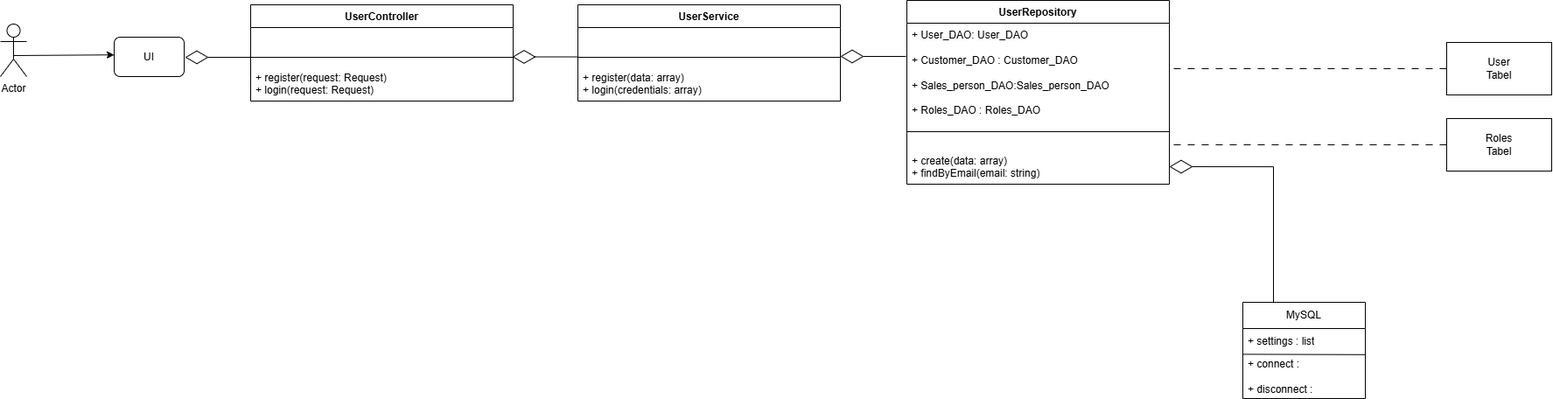
Before: Design_patterns/login&reg_design_patterns.drawio.png, a diagram exported from draw.io (Zaher500/Applications). Source tidied: cells renumbered, new cells last; positions are measured from the earlier drawing's top-left corner, leaving out a move shared by most shapes. The source it was exported from:
```xml
<mxGraphModel>
  <root>
    <mxCell id="0" />
    <mxCell id="1" parent="0" />
    <mxCell id="2" style="edgeStyle=orthogonalEdgeStyle;rounded=0;jettySize=auto;html=1;exitX=0;exitY=0.5;exitDx=0;exitDy=0;endArrow=none;startFill=0;dashed=1;dashPattern=8 8;" parent="1" edge="1" source="3" target="12">
      <mxGeometry relative="1" as="geometry" />
    </mxCell>
    <mxCell id="3" value="User&lt;div&gt;Tabel&lt;/div&gt;" style="rounded=0;whiteSpace=wrap;html=1;" parent="1" vertex="1">
      <mxGeometry x="1653" y="48" width="120" height="60" as="geometry" />
    </mxCell>
    <mxCell id="4" style="edgeStyle=orthogonalEdgeStyle;rounded=0;jettySize=auto;html=1;exitX=0;exitY=0.5;exitDx=0;exitDy=0;endArrow=none;startFill=0;dashed=1;dashPattern=8 8;" parent="1" edge="1" source="5">
      <mxGeometry relative="1" as="geometry">
        <mxPoint x="1340" y="165" as="targetPoint" />
      </mxGeometry>
    </mxCell>
    <mxCell id="5" value="Roles&lt;br&gt;&lt;div&gt;Tabel&lt;/div&gt;" style="rounded=0;whiteSpace=wrap;html=1;" parent="1" vertex="1">
      <mxGeometry x="1653" y="135" width="120" height="60" as="geometry" />
    </mxCell>
    <mxCell id="6" style="edgeStyle=orthogonalEdgeStyle;rounded=0;jettySize=auto;html=1;exitX=0.25;exitY=0;exitDx=0;exitDy=0;entryX=1;entryY=0.5;entryDx=0;entryDy=0;endArrow=diamondThin;endFill=0;endSize=24;" parent="1" edge="1" source="7" target="14">
      <mxGeometry relative="1" as="geometry" />
    </mxCell>
    <mxCell id="7" value="MySQL" style="swimlane;fontStyle=0;horizontal=1;startSize=30;whiteSpace=wrap;html=1;" parent="1" vertex="1">
      <mxGeometry x="1420" y="345" width="140" height="110" as="geometry" />
    </mxCell>
    <mxCell id="8" value="+ settings : list" style="text;strokeColor=none;fillColor=none;align=left;verticalAlign=middle;spacingLeft=4;spacingRight=4;overflow=hidden;points=[[0,0.5],[1,0.5]];portConstraint=eastwest;whiteSpace=wrap;html=1;" parent="7" vertex="1">
      <mxGeometry y="30" width="140" height="30" as="geometry" />
    </mxCell>
    <mxCell id="9" style="endArrow=none;html=1;rounded=0;exitX=0;exitY=0.98;exitDx=0;exitDy=0;exitPerimeter=0;entryX=1.002;entryY=-0.006;entryDx=0;entryDy=0;entryPerimeter=0;" parent="7" edge="1" source="8">
      <mxGeometry relative="1" as="geometry">
        <mxPoint x="140.3" y="59.8" as="targetPoint" />
      </mxGeometry>
    </mxCell>
    <mxCell id="10" value="+ connect :&lt;div&gt;&lt;span style=&quot;background-color: transparent; color: light-dark(rgb(0, 0, 0), rgb(255, 255, 255));&quot;&gt;&amp;nbsp;&lt;/span&gt;&lt;/div&gt;&lt;div&gt;&lt;span style=&quot;background-color: transparent; color: light-dark(rgb(0, 0, 0), rgb(255, 255, 255));&quot;&gt;+ disconnect :&lt;/span&gt;&lt;/div&gt;" style="text;strokeColor=none;fillColor=none;align=left;verticalAlign=middle;spacingLeft=4;spacingRight=4;overflow=hidden;whiteSpace=wrap;html=1;" parent="7" vertex="1">
      <mxGeometry y="60" width="140" height="50" as="geometry" />
    </mxCell>
    <mxCell id="11" value="UserRepository" style="swimlane;fontStyle=1;align=center;verticalAlign=top;horizontal=1;startSize=26;whiteSpace=wrap;html=1;" parent="1" vertex="1">
      <mxGeometry x="1036" width="300" height="210" as="geometry" />
    </mxCell>
    <mxCell id="12" value="+&amp;nbsp;&lt;span style=&quot;text-align: center;&quot;&gt;User_DAO:&amp;nbsp;&lt;/span&gt;&lt;span style=&quot;text-align: center;&quot;&gt;User_DAO&lt;/span&gt;&lt;div&gt;&lt;div style=&quot;text-align: center;&quot;&gt;&lt;br&gt;&lt;/div&gt;&lt;div&gt;&lt;span style=&quot;text-align: center;&quot;&gt;+&amp;nbsp;&lt;/span&gt;&lt;span style=&quot;text-align: center; background-color: transparent; color: light-dark(rgb(0, 0, 0), rgb(255, 255, 255));&quot;&gt;Customer_DAO :&amp;nbsp;&lt;/span&gt;&lt;span style=&quot;text-align: center; background-color: transparent; color: light-dark(rgb(0, 0, 0), rgb(255, 255, 255));&quot;&gt;Customer_DAO&lt;/span&gt;&lt;/div&gt;&lt;/div&gt;&lt;div&gt;&lt;span style=&quot;text-align: center; background-color: transparent; color: light-dark(rgb(0, 0, 0), rgb(255, 255, 255));&quot;&gt;&lt;br&gt;&lt;/span&gt;&lt;/div&gt;&lt;div&gt;&lt;span style=&quot;text-align: center; background-color: transparent; color: light-dark(rgb(0, 0, 0), rgb(255, 255, 255));&quot;&gt;+&amp;nbsp;&lt;/span&gt;&lt;span style=&quot;text-align: center; background-color: transparent; color: light-dark(rgb(0, 0, 0), rgb(255, 255, 255));&quot;&gt;Sales_person_DAO:&lt;/span&gt;&lt;span style=&quot;text-align: center; background-color: transparent; color: light-dark(rgb(0, 0, 0), rgb(255, 255, 255));&quot;&gt;Sales_person_DAO&lt;/span&gt;&lt;/div&gt;&lt;div&gt;&lt;span style=&quot;text-align: center; background-color: transparent; color: light-dark(rgb(0, 0, 0), rgb(255, 255, 255));&quot;&gt;&lt;br&gt;&lt;/span&gt;&lt;/div&gt;&lt;div&gt;&lt;span style=&quot;text-align: center; background-color: transparent; color: light-dark(rgb(0, 0, 0), rgb(255, 255, 255));&quot;&gt;+ Roles&lt;/span&gt;&lt;span style=&quot;background-color: transparent; color: light-dark(rgb(0, 0, 0), rgb(255, 255, 255)); text-align: center;&quot;&gt;_DAO : Roles&lt;/span&gt;&lt;span style=&quot;background-color: transparent; color: light-dark(rgb(0, 0, 0), rgb(255, 255, 255)); text-align: center;&quot;&gt;_DAO&lt;/span&gt;&lt;/div&gt;" style="text;strokeColor=none;fillColor=none;align=left;verticalAlign=top;spacingLeft=4;spacingRight=4;overflow=hidden;points=[[0,0.5],[1,0.5]];portConstraint=eastwest;whiteSpace=wrap;html=1;" parent="11" vertex="1">
      <mxGeometry y="26" width="300" height="104" as="geometry" />
    </mxCell>
    <mxCell id="13" style="line;strokeWidth=1;fillColor=none;align=left;verticalAlign=middle;spacingTop=-1;spacingLeft=3;spacingRight=3;labelPosition=right;strokeColor=inherit;" parent="11" vertex="1">
      <mxGeometry y="130" width="300" height="40" as="geometry" />
    </mxCell>
    <mxCell id="14" value="+ create(data: array)&lt;div&gt;+ findByEmail(email: string)&lt;/div&gt;" style="text;strokeColor=none;fillColor=none;align=left;verticalAlign=top;spacingLeft=4;spacingRight=4;overflow=hidden;points=[[0,0.5],[1,0.5]];portConstraint=eastwest;whiteSpace=wrap;html=1;" parent="11" vertex="1">
      <mxGeometry y="170" width="300" height="40" as="geometry" />
    </mxCell>
    <mxCell id="15" value="UserService" style="swimlane;fontStyle=1;align=center;verticalAlign=top;horizontal=1;startSize=26;whiteSpace=wrap;html=1;" parent="1" vertex="1">
      <mxGeometry x="660" y="5" width="300" height="110" as="geometry" />
    </mxCell>
    <mxCell id="16" value="&lt;div style=&quot;text-align: center;&quot;&gt;&lt;br&gt;&lt;/div&gt;" style="text;strokeColor=none;fillColor=none;align=left;verticalAlign=top;spacingLeft=4;spacingRight=4;overflow=hidden;whiteSpace=wrap;html=1;" parent="15" vertex="1">
      <mxGeometry y="26" width="300" height="24" as="geometry" />
    </mxCell>
    <mxCell id="17" style="line;strokeWidth=1;fillColor=none;align=left;verticalAlign=middle;spacingTop=-1;spacingLeft=3;spacingRight=3;labelPosition=right;strokeColor=inherit;" parent="15" vertex="1">
      <mxGeometry y="50" width="300" height="20" as="geometry" />
    </mxCell>
    <mxCell id="18" value="&lt;div&gt;&lt;span style=&quot;background-color: transparent; color: light-dark(rgb(0, 0, 0), rgb(255, 255, 255));&quot;&gt;+ register(data: array)&amp;nbsp;&lt;/span&gt;&lt;/div&gt;&lt;div&gt;+ login(credentials: array)&lt;/div&gt;" style="text;strokeColor=none;fillColor=none;align=left;verticalAlign=top;spacingLeft=4;spacingRight=4;overflow=hidden;whiteSpace=wrap;html=1;" parent="15" vertex="1">
      <mxGeometry y="70" width="300" height="40" as="geometry" />
    </mxCell>
    <mxCell id="19" style="endArrow=diamondThin;endFill=0;endSize=24;html=1;rounded=0;" parent="1" edge="1">
      <mxGeometry relative="1" as="geometry">
        <mxPoint x="1035" y="64" as="sourcePoint" />
        <mxPoint x="960" y="64" as="targetPoint" />
      </mxGeometry>
    </mxCell>
    <mxCell id="20" value="UserController" style="swimlane;fontStyle=1;align=center;verticalAlign=top;horizontal=1;startSize=26;whiteSpace=wrap;html=1;" parent="1" vertex="1">
      <mxGeometry x="286" y="5" width="300" height="110" as="geometry" />
    </mxCell>
    <mxCell id="21" value="&lt;div style=&quot;text-align: center;&quot;&gt;&lt;br&gt;&lt;/div&gt;" style="text;strokeColor=none;fillColor=none;align=left;verticalAlign=top;spacingLeft=4;spacingRight=4;overflow=hidden;whiteSpace=wrap;html=1;" parent="20" vertex="1">
      <mxGeometry y="26" width="300" height="24" as="geometry" />
    </mxCell>
    <mxCell id="22" style="line;strokeWidth=1;fillColor=none;align=left;verticalAlign=middle;spacingTop=-1;spacingLeft=3;spacingRight=3;labelPosition=right;strokeColor=inherit;" parent="20" vertex="1">
      <mxGeometry y="50" width="300" height="20" as="geometry" />
    </mxCell>
    <mxCell id="23" value="&lt;div&gt;&lt;div&gt;&lt;span style=&quot;background-color: transparent; color: light-dark(rgb(0, 0, 0), rgb(255, 255, 255));&quot;&gt;+ register(request: Request)&lt;/span&gt;&lt;/div&gt;&lt;/div&gt;&lt;div&gt;+ login(request: Request)&lt;/div&gt;" style="text;strokeColor=none;fillColor=none;align=left;verticalAlign=top;spacingLeft=4;spacingRight=4;overflow=hidden;whiteSpace=wrap;html=1;" parent="20" vertex="1">
      <mxGeometry y="70" width="300" height="40" as="geometry" />
    </mxCell>
    <mxCell id="24" style="endArrow=diamondThin;endFill=0;endSize=24;html=1;rounded=0;" parent="1" edge="1">
      <mxGeometry relative="1" as="geometry">
        <mxPoint x="660" y="64.5" as="sourcePoint" />
        <mxPoint x="585" y="64.5" as="targetPoint" />
      </mxGeometry>
    </mxCell>
    <mxCell id="25" value="UI" style="rounded=1;whiteSpace=wrap;html=1;" parent="1" vertex="1">
      <mxGeometry x="130" y="42" width="80" height="45" as="geometry" />
    </mxCell>
    <mxCell id="26" style="endArrow=diamondThin;endFill=0;endSize=24;html=1;rounded=0;" parent="1" edge="1">
      <mxGeometry relative="1" as="geometry">
        <mxPoint x="286" y="65" as="sourcePoint" />
        <mxPoint x="211" y="65" as="targetPoint" />
      </mxGeometry>
    </mxCell>
    <mxCell id="27" value="Actor" style="shape=umlActor;verticalLabelPosition=bottom;verticalAlign=top;html=1;" parent="1" vertex="1">
      <mxGeometry y="27" width="30" height="60" as="geometry" />
    </mxCell>
    <mxCell id="28" style="endArrow=classic;html=1;rounded=0;exitX=0.5;exitY=0.5;exitDx=0;exitDy=0;exitPerimeter=0;entryX=0.001;entryY=0.316;entryDx=0;entryDy=0;entryPerimeter=0;" parent="1" edge="1">
      <mxGeometry relative="1" as="geometry">
        <mxPoint x="15" y="63" as="sourcePoint" />
        <mxPoint x="130.1" y="62.2" as="targetPoint" />
      </mxGeometry>
    </mxCell>
  </root>
</mxGraphModel>
```
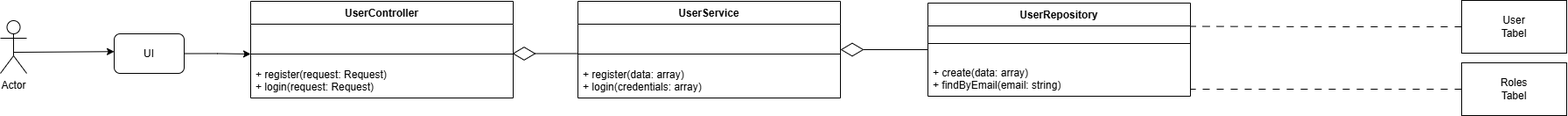
The same file after the commit.

Commit message:
change the login repo

The edit, as a diff of the source:
```diff
@@ -2,48 +2,26 @@
   <root>
     <mxCell id="0" />
     <mxCell id="1" parent="0" />
-    <mxCell id="2" style="edgeStyle=orthogonalEdgeStyle;rounded=0;jettySize=auto;html=1;exitX=0;exitY=0.5;exitDx=0;exitDy=0;endArrow=none;startFill=0;dashed=1;dashPattern=8 8;" parent="1" edge="1" source="3" target="12">
+    <mxCell id="2" style="edgeStyle=orthogonalEdgeStyle;rounded=0;jettySize=auto;html=1;exitX=0;exitY=0.5;exitDx=0;exitDy=0;endArrow=none;startFill=0;dashed=1;dashPattern=8 8;entryX=1;entryY=0.25;entryDx=0;entryDy=0;" parent="1" edge="1" source="3" target="11">
       <mxGeometry relative="1" as="geometry" />
     </mxCell>
     <mxCell id="3" value="User&lt;div&gt;Tabel&lt;/div&gt;" style="rounded=0;whiteSpace=wrap;html=1;" parent="1" vertex="1">
-      <mxGeometry x="1653" y="48" width="120" height="60" as="geometry" />
+      <mxGeometry x="1670" y="4" width="120" height="60" as="geometry" />
     </mxCell>
-    <mxCell id="4" style="edgeStyle=orthogonalEdgeStyle;rounded=0;jettySize=auto;html=1;exitX=0;exitY=0.5;exitDx=0;exitDy=0;endArrow=none;startFill=0;dashed=1;dashPattern=8 8;" parent="1" edge="1" source="5">
-      <mxGeometry relative="1" as="geometry">
-        <mxPoint x="1340" y="165" as="targetPoint" />
-      </mxGeometry>
+    <mxCell id="4" style="edgeStyle=orthogonalEdgeStyle;rounded=0;jettySize=auto;html=1;exitX=0;exitY=0.5;exitDx=0;exitDy=0;endArrow=none;startFill=0;dashed=1;dashPattern=8 8;entryX=1;entryY=0.8;entryDx=0;entryDy=0;entryPerimeter=0;" parent="1" edge="1" source="5" target="14">
+      <mxGeometry relative="1" as="geometry" />
     </mxCell>
     <mxCell id="5" value="Roles&lt;br&gt;&lt;div&gt;Tabel&lt;/div&gt;" style="rounded=0;whiteSpace=wrap;html=1;" parent="1" vertex="1">
-      <mxGeometry x="1653" y="135" width="120" height="60" as="geometry" />
+      <mxGeometry x="1670" y="75" width="120" height="60" as="geometry" />
     </mxCell>
-    <mxCell id="6" style="edgeStyle=orthogonalEdgeStyle;rounded=0;jettySize=auto;html=1;exitX=0.25;exitY=0;exitDx=0;exitDy=0;entryX=1;entryY=0.5;entryDx=0;entryDy=0;endArrow=diamondThin;endFill=0;endSize=24;" parent="1" edge="1" source="7" target="14">
-      <mxGeometry relative="1" as="geometry" />
-    </mxCell>
-    <mxCell id="7" value="MySQL" style="swimlane;fontStyle=0;horizontal=1;startSize=30;whiteSpace=wrap;html=1;" parent="1" vertex="1">
-      <mxGeometry x="1420" y="345" width="140" height="110" as="geometry" />
-    </mxCell>
-    <mxCell id="8" value="+ settings : list" style="text;strokeColor=none;fillColor=none;align=left;verticalAlign=middle;spacingLeft=4;spacingRight=4;overflow=hidden;points=[[0,0.5],[1,0.5]];portConstraint=eastwest;whiteSpace=wrap;html=1;" parent="7" vertex="1">
-      <mxGeometry y="30" width="140" height="30" as="geometry" />
-    </mxCell>
-    <mxCell id="9" style="endArrow=none;html=1;rounded=0;exitX=0;exitY=0.98;exitDx=0;exitDy=0;exitPerimeter=0;entryX=1.002;entryY=-0.006;entryDx=0;entryDy=0;entryPerimeter=0;" parent="7" edge="1" source="8">
-      <mxGeometry relative="1" as="geometry">
-        <mxPoint x="140.3" y="59.8" as="targetPoint" />
-      </mxGeometry>
-    </mxCell>
-    <mxCell id="10" value="+ connect :&lt;div&gt;&lt;span style=&quot;background-color: transparent; color: light-dark(rgb(0, 0, 0), rgb(255, 255, 255));&quot;&gt;&amp;nbsp;&lt;/span&gt;&lt;/div&gt;&lt;div&gt;&lt;span style=&quot;background-color: transparent; color: light-dark(rgb(0, 0, 0), rgb(255, 255, 255));&quot;&gt;+ disconnect :&lt;/span&gt;&lt;/div&gt;" style="text;strokeColor=none;fillColor=none;align=left;verticalAlign=middle;spacingLeft=4;spacingRight=4;overflow=hidden;whiteSpace=wrap;html=1;" parent="7" vertex="1">
-      <mxGeometry y="60" width="140" height="50" as="geometry" />
-    </mxCell>
     <mxCell id="11" value="UserRepository" style="swimlane;fontStyle=1;align=center;verticalAlign=top;horizontal=1;startSize=26;whiteSpace=wrap;html=1;" parent="1" vertex="1">
-      <mxGeometry x="1036" width="300" height="210" as="geometry" />
+      <mxGeometry x="1060" y="7" width="300" height="106" as="geometry" />
     </mxCell>
-    <mxCell id="12" value="+&amp;nbsp;&lt;span style=&quot;text-align: center;&quot;&gt;User_DAO:&amp;nbsp;&lt;/span&gt;&lt;span style=&quot;text-align: center;&quot;&gt;User_DAO&lt;/span&gt;&lt;div&gt;&lt;div style=&quot;text-align: center;&quot;&gt;&lt;br&gt;&lt;/div&gt;&lt;div&gt;&lt;span style=&quot;text-align: center;&quot;&gt;+&amp;nbsp;&lt;/span&gt;&lt;span style=&quot;text-align: center; background-color: transparent; color: light-dark(rgb(0, 0, 0), rgb(255, 255, 255));&quot;&gt;Customer_DAO :&amp;nbsp;&lt;/span&gt;&lt;span style=&quot;text-align: center; background-color: transparent; color: light-dark(rgb(0, 0, 0), rgb(255, 255, 255));&quot;&gt;Customer_DAO&lt;/span&gt;&lt;/div&gt;&lt;/div&gt;&lt;div&gt;&lt;span style=&quot;text-align: center; background-color: transparent; color: light-dark(rgb(0, 0, 0), rgb(255, 255, 255));&quot;&gt;&lt;br&gt;&lt;/span&gt;&lt;/div&gt;&lt;div&gt;&lt;span style=&quot;text-align: center; background-color: transparent; color: light-dark(rgb(0, 0, 0), rgb(255, 255, 255));&quot;&gt;+&amp;nbsp;&lt;/span&gt;&lt;span style=&quot;text-align: center; background-color: transparent; color: light-dark(rgb(0, 0, 0), rgb(255, 255, 255));&quot;&gt;Sales_person_DAO:&lt;/span&gt;&lt;span style=&quot;text-align: center; background-color: transparent; color: light-dark(rgb(0, 0, 0), rgb(255, 255, 255));&quot;&gt;Sales_person_DAO&lt;/span&gt;&lt;/div&gt;&lt;div&gt;&lt;span style=&quot;text-align: center; background-color: transparent; color: light-dark(rgb(0, 0, 0), rgb(255, 255, 255));&quot;&gt;&lt;br&gt;&lt;/span&gt;&lt;/div&gt;&lt;div&gt;&lt;span style=&quot;text-align: center; background-color: transparent; color: light-dark(rgb(0, 0, 0), rgb(255, 255, 255));&quot;&gt;+ Roles&lt;/span&gt;&lt;span style=&quot;background-color: transparent; color: light-dark(rgb(0, 0, 0), rgb(255, 255, 255)); text-align: center;&quot;&gt;_DAO : Roles&lt;/span&gt;&lt;span style=&quot;background-color: transparent; color: light-dark(rgb(0, 0, 0), rgb(255, 255, 255)); text-align: center;&quot;&gt;_DAO&lt;/span&gt;&lt;/div&gt;" style="text;strokeColor=none;fillColor=none;align=left;verticalAlign=top;spacingLeft=4;spacingRight=4;overflow=hidden;points=[[0,0.5],[1,0.5]];portConstraint=eastwest;whiteSpace=wrap;html=1;" parent="11" vertex="1">
-      <mxGeometry y="26" width="300" height="104" as="geometry" />
-    </mxCell>
     <mxCell id="13" style="line;strokeWidth=1;fillColor=none;align=left;verticalAlign=middle;spacingTop=-1;spacingLeft=3;spacingRight=3;labelPosition=right;strokeColor=inherit;" parent="11" vertex="1">
-      <mxGeometry y="130" width="300" height="40" as="geometry" />
+      <mxGeometry y="26" width="300" height="40" as="geometry" />
     </mxCell>
     <mxCell id="14" value="+ create(data: array)&lt;div&gt;+ findByEmail(email: string)&lt;/div&gt;" style="text;strokeColor=none;fillColor=none;align=left;verticalAlign=top;spacingLeft=4;spacingRight=4;overflow=hidden;points=[[0,0.5],[1,0.5]];portConstraint=eastwest;whiteSpace=wrap;html=1;" parent="11" vertex="1">
-      <mxGeometry y="170" width="300" height="40" as="geometry" />
+      <mxGeometry y="66" width="300" height="40" as="geometry" />
     </mxCell>
     <mxCell id="15" value="UserService" style="swimlane;fontStyle=1;align=center;verticalAlign=top;horizontal=1;startSize=26;whiteSpace=wrap;html=1;" parent="1" vertex="1">
       <mxGeometry x="660" y="5" width="300" height="110" as="geometry" />
@@ -57,10 +35,9 @@
     <mxCell id="18" value="&lt;div&gt;&lt;span style=&quot;background-color: transparent; color: light-dark(rgb(0, 0, 0), rgb(255, 255, 255));&quot;&gt;+ register(data: array)&amp;nbsp;&lt;/span&gt;&lt;/div&gt;&lt;div&gt;+ login(credentials: array)&lt;/div&gt;" style="text;strokeColor=none;fillColor=none;align=left;verticalAlign=top;spacingLeft=4;spacingRight=4;overflow=hidden;whiteSpace=wrap;html=1;" parent="15" vertex="1">
       <mxGeometry y="70" width="300" height="40" as="geometry" />
     </mxCell>
-    <mxCell id="19" style="endArrow=diamondThin;endFill=0;endSize=24;html=1;rounded=0;" parent="1" edge="1">
+    <mxCell id="19" style="endArrow=diamondThin;endFill=0;endSize=24;html=1;rounded=0;exitX=0;exitY=0.5;exitDx=0;exitDy=0;" parent="1" edge="1" source="11">
       <mxGeometry relative="1" as="geometry">
-        <mxPoint x="1035" y="64" as="sourcePoint" />
-        <mxPoint x="960" y="64" as="targetPoint" />
+        <mxPoint x="960" y="60" as="targetPoint" />
       </mxGeometry>
     </mxCell>
     <mxCell id="20" value="UserController" style="swimlane;fontStyle=1;align=center;verticalAlign=top;horizontal=1;startSize=26;whiteSpace=wrap;html=1;" parent="1" vertex="1">
@@ -81,15 +58,14 @@
         <mxPoint x="585" y="64.5" as="targetPoint" />
       </mxGeometry>
     </mxCell>
+    <mxCell id="29" style="edgeStyle=orthogonalEdgeStyle;rounded=0;jettySize=auto;html=1;exitX=1;exitY=0.5;exitDx=0;exitDy=0;" parent="1" edge="1" source="25">
+      <mxGeometry relative="1" as="geometry">
+        <mxPoint x="286" y="65" as="targetPoint" />
+      </mxGeometry>
+    </mxCell>
     <mxCell id="25" value="UI" style="rounded=1;whiteSpace=wrap;html=1;" parent="1" vertex="1">
       <mxGeometry x="130" y="42" width="80" height="45" as="geometry" />
     </mxCell>
-    <mxCell id="26" style="endArrow=diamondThin;endFill=0;endSize=24;html=1;rounded=0;" parent="1" edge="1">
-      <mxGeometry relative="1" as="geometry">
-        <mxPoint x="286" y="65" as="sourcePoint" />
-        <mxPoint x="211" y="65" as="targetPoint" />
-      </mxGeometry>
-    </mxCell>
     <mxCell id="27" value="Actor" style="shape=umlActor;verticalLabelPosition=bottom;verticalAlign=top;html=1;" parent="1" vertex="1">
       <mxGeometry y="27" width="30" height="60" as="geometry" />
     </mxCell>
```
